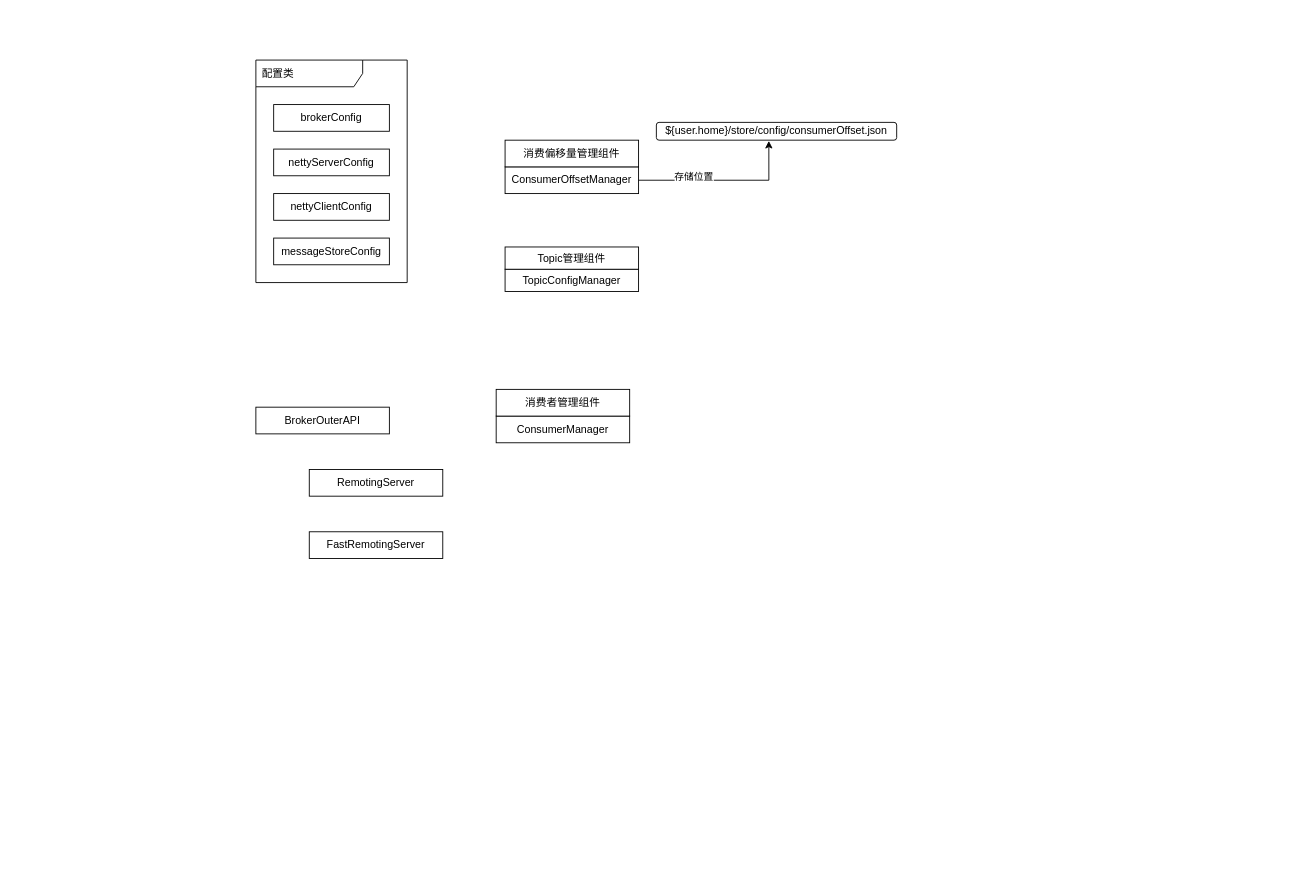
The draw.io diagram page "Broker架构" (5 of 5) of 未命名绘图.drawio in plx927/Java-Core-learning, before the edit. Source tidied: cells renumbered, new cells numbered last; positions are measured from the earlier drawing's top-left corner, leaving out a move shared by most shapes. Both pictures are drawn from the tidied source at 89%, with x=0, y=0 at pixel (255, 60).
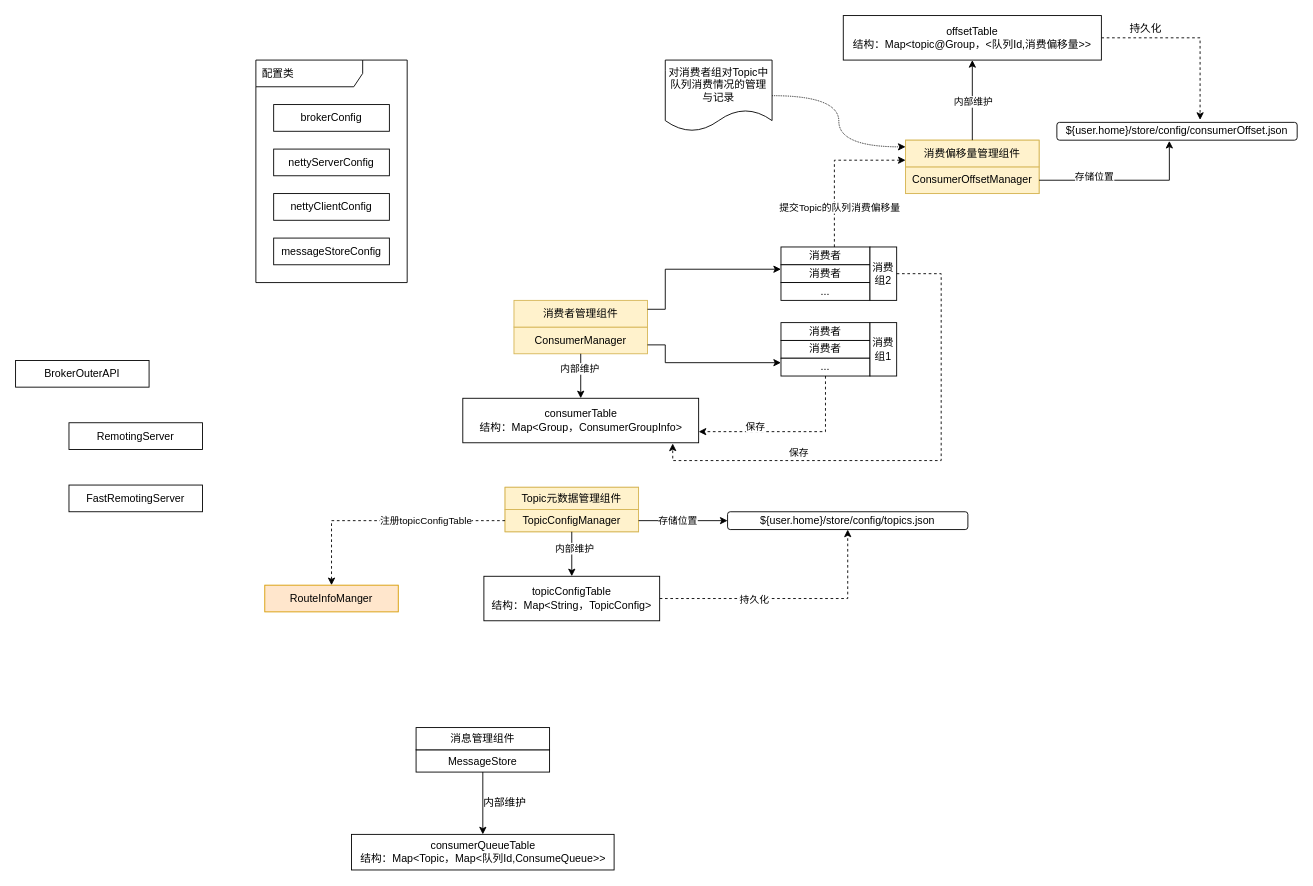
The same page after the edit.

Commit message:
更新未命名绘图.drawio

Change to the diagram source:
```diff
@@
     <mxCell id="7" value="RemotingServer" style="rounded=0;whiteSpace=wrap;html=1;" parent="1" vertex="1">
-      <mxGeometry x="60" y="460" width="150" height="30" as="geometry" />
+      <mxGeometry x="-210" y="407.5" width="150" height="30" as="geometry" />
     </mxCell>
     <mxCell id="8" value="FastRemotingServer" style="rounded=0;whiteSpace=wrap;html=1;" parent="1" vertex="1">
-      <mxGeometry x="60" y="530" width="150" height="30" as="geometry" />
+      <mxGeometry x="-210" y="477.5" width="150" height="30" as="geometry" />
     </mxCell>
     <mxCell id="9" value="BrokerOuterAPI" style="rounded=0;whiteSpace=wrap;html=1;" parent="1" vertex="1">
-      <mxGeometry y="390" width="150" height="30" as="geometry" />
+      <mxGeometry x="-270" y="337.5" width="150" height="30" as="geometry" />
     </mxCell>
-    <mxCell id="10" style="group;" parent="1" vertex="1">
-      <mxGeometry x="280" y="90" width="150" height="60" as="geometry" />
+    <mxCell id="10" style="group;fillColor=#fff2cc;strokeColor=#d6b656;" parent="1" vertex="1">
+      <mxGeometry x="730" y="90" width="150" height="60" as="geometry" />
     </mxCell>
-    <mxCell id="11" value="ConsumerOffsetManager" style="rounded=0;whiteSpace=wrap;html=1;" parent="10" vertex="1">
+    <mxCell id="11" value="ConsumerOffsetManager" style="rounded=0;whiteSpace=wrap;html=1;fillColor=#fff2cc;strokeColor=#d6b656;" parent="10" vertex="1">
       <mxGeometry y="30" width="150" height="30" as="geometry" />
     </mxCell>
-    <mxCell id="12" value="消费偏移量管理组件" style="rounded=0;whiteSpace=wrap;html=1;" parent="10" vertex="1">
+    <mxCell id="12" value="消费偏移量管理组件" style="rounded=0;whiteSpace=wrap;html=1;fillColor=#fff2cc;strokeColor=#d6b656;" parent="10" vertex="1">
       <mxGeometry width="150" height="30" as="geometry" />
     </mxCell>
     <mxCell id="13" value="&lt;div class=&quot;lake-content&quot;&gt;&lt;span class=&quot;ne-text&quot;&gt;${user.home}/store/config/consumerOffset.json&lt;/span&gt;&lt;/div&gt;" style="rounded=1;whiteSpace=wrap;html=1;" parent="1" vertex="1">
-      <mxGeometry x="450" y="70" width="270" height="20" as="geometry" />
+      <mxGeometry x="900" y="70" width="270" height="20" as="geometry" />
     </mxCell>
     <mxCell id="14" style="edgeStyle=orthogonalEdgeStyle;rounded=0;jettySize=auto;html=1;entryX=0.468;entryY=1.04;entryDx=0;entryDy=0;entryPerimeter=0;" parent="1" edge="1" source="11" target="13">
       <mxGeometry relative="1" as="geometry">
         <Array as="points">
-          <mxPoint x="576" y="135" />
+          <mxPoint x="1026" y="135" />
         </Array>
       </mxGeometry>
     </mxCell>
@@
-    <mxCell id="16" style="group;" parent="1" vertex="1">
-      <mxGeometry x="280" y="210" width="150" height="50" as="geometry" />
+    <mxCell id="16" style="group;fillColor=#fff2cc;strokeColor=#d6b656;" parent="1" vertex="1">
+      <mxGeometry x="280" y="480" width="150" height="50" as="geometry" />
     </mxCell>
-    <mxCell id="17" value="TopicConfigManager" style="rounded=0;whiteSpace=wrap;html=1;" parent="16" vertex="1">
+    <mxCell id="17" value="TopicConfigManager" style="rounded=0;whiteSpace=wrap;html=1;fillColor=#fff2cc;strokeColor=#d6b656;" parent="16" vertex="1">
       <mxGeometry y="25" width="150" height="25" as="geometry" />
     </mxCell>
-    <mxCell id="18" value="Topic管理组件" style="rounded=0;whiteSpace=wrap;html=1;" parent="16" vertex="1">
+    <mxCell id="18" value="Topic元数据管理组件" style="rounded=0;whiteSpace=wrap;html=1;fillColor=#fff2cc;strokeColor=#d6b656;" parent="16" vertex="1">
       <mxGeometry width="150" height="25" as="geometry" />
     </mxCell>
     <mxCell id="19" style="group;" parent="1" vertex="1">
-      <mxGeometry x="270" y="370" width="150" height="60" as="geometry" />
+      <mxGeometry x="290" y="270" width="150" height="60" as="geometry" />
     </mxCell>
-    <mxCell id="20" value="ConsumerManager" style="rounded=0;whiteSpace=wrap;html=1;" parent="19" vertex="1">
+    <mxCell id="20" value="ConsumerManager" style="rounded=0;whiteSpace=wrap;html=1;fillColor=#fff2cc;strokeColor=#d6b656;" parent="19" vertex="1">
       <mxGeometry y="30" width="150" height="30" as="geometry" />
     </mxCell>
-    <mxCell id="21" value="消费者管理组件" style="rounded=0;whiteSpace=wrap;html=1;" parent="19" vertex="1">
+    <mxCell id="21" value="消费者管理组件" style="rounded=0;whiteSpace=wrap;html=1;fillColor=#fff2cc;strokeColor=#d6b656;" parent="19" vertex="1">
       <mxGeometry width="150" height="30" as="geometry" />
     </mxCell>
+    <mxCell id="22" style="group;" parent="1" vertex="1">
+      <mxGeometry x="590" y="295" width="130" height="60" as="geometry" />
+    </mxCell>
+    <mxCell id="23" value="消费者" style="rounded=0;whiteSpace=wrap;html=1;" parent="22" vertex="1">
+      <mxGeometry width="100" height="20" as="geometry" />
+    </mxCell>
+    <mxCell id="24" value="消费者" style="rounded=0;whiteSpace=wrap;html=1;" parent="22" vertex="1">
+      <mxGeometry y="20" width="100" height="20" as="geometry" />
+    </mxCell>
+    <mxCell id="25" value="..." style="rounded=0;whiteSpace=wrap;html=1;" parent="22" vertex="1">
+      <mxGeometry y="40" width="100" height="20" as="geometry" />
+    </mxCell>
+    <mxCell id="26" value="消费组1" style="rounded=0;whiteSpace=wrap;html=1;" parent="22" vertex="1">
+      <mxGeometry x="100" width="30" height="60" as="geometry" />
+    </mxCell>
+    <mxCell id="27" style="group;" parent="1" vertex="1">
+      <mxGeometry x="590" y="210" width="130" height="60" as="geometry" />
+    </mxCell>
+    <mxCell id="28" value="消费者" style="rounded=0;whiteSpace=wrap;html=1;" parent="27" vertex="1">
+      <mxGeometry width="100" height="20" as="geometry" />
+    </mxCell>
+    <mxCell id="29" value="消费者" style="rounded=0;whiteSpace=wrap;html=1;" parent="27" vertex="1">
+      <mxGeometry y="20" width="100" height="20" as="geometry" />
+    </mxCell>
+    <mxCell id="30" value="..." style="rounded=0;whiteSpace=wrap;html=1;" parent="27" vertex="1">
+      <mxGeometry y="40" width="100" height="20" as="geometry" />
+    </mxCell>
+    <mxCell id="31" value="消费组2" style="rounded=0;whiteSpace=wrap;html=1;" parent="27" vertex="1">
+      <mxGeometry x="100" width="30" height="60" as="geometry" />
+    </mxCell>
+    <mxCell id="32" style="edgeStyle=orthogonalEdgeStyle;rounded=0;jettySize=auto;html=1;entryX=0;entryY=0.25;entryDx=0;entryDy=0;" parent="1" edge="1" source="21" target="29">
+      <mxGeometry relative="1" as="geometry">
+        <Array as="points">
+          <mxPoint x="460" y="280" />
+          <mxPoint x="460" y="235" />
+        </Array>
+      </mxGeometry>
+    </mxCell>
+    <mxCell id="33" style="edgeStyle=orthogonalEdgeStyle;rounded=0;jettySize=auto;html=1;entryX=0;entryY=0.25;entryDx=0;entryDy=0;" parent="1" edge="1" source="20" target="25">
+      <mxGeometry relative="1" as="geometry">
+        <Array as="points">
+          <mxPoint x="460" y="320" />
+          <mxPoint x="460" y="340" />
+        </Array>
+      </mxGeometry>
+    </mxCell>
+    <mxCell id="34" value="consumerTable&lt;br&gt;结构：Map&amp;lt;Group，ConsumerGroupInfo&amp;gt;" style="rounded=0;whiteSpace=wrap;html=1;" parent="1" vertex="1">
+      <mxGeometry x="232.5" y="380" width="265" height="50" as="geometry" />
+    </mxCell>
+    <mxCell id="35" style="edgeStyle=orthogonalEdgeStyle;rounded=0;jettySize=auto;html=1;" parent="1" edge="1" source="20" target="34">
+      <mxGeometry relative="1" as="geometry" />
+    </mxCell>
+    <mxCell id="36" value="内部维护" style="edgeLabel;html=1;align=center;verticalAlign=middle;" parent="35" vertex="1">
+      <mxGeometry x="-0.34" y="-2" relative="1" as="geometry" />
+    </mxCell>
+    <mxCell id="37" style="edgeStyle=orthogonalEdgeStyle;rounded=0;jettySize=auto;html=1;entryX=1;entryY=0.75;entryDx=0;entryDy=0;dashed=1;" parent="1" edge="1" source="25" target="34">
+      <mxGeometry relative="1" as="geometry">
+        <Array as="points">
+          <mxPoint x="640" y="418" />
+        </Array>
+      </mxGeometry>
+    </mxCell>
+    <mxCell id="38" style="edgeStyle=orthogonalEdgeStyle;rounded=0;jettySize=auto;html=1;entryX=0.89;entryY=1.016;entryDx=0;entryDy=0;entryPerimeter=0;dashed=1;" parent="1" edge="1" source="31" target="34">
+      <mxGeometry relative="1" as="geometry">
+        <Array as="points">
+          <mxPoint x="770" y="240" />
+          <mxPoint x="770" y="450" />
+          <mxPoint x="468" y="450" />
+        </Array>
+      </mxGeometry>
+    </mxCell>
+    <mxCell id="39" value="保存" style="edgeLabel;html=1;align=center;verticalAlign=middle;" parent="38" vertex="1">
+      <mxGeometry x="0.25" y="2" relative="1" as="geometry">
+        <mxPoint x="-58" y="-12" as="offset" />
+      </mxGeometry>
+    </mxCell>
+    <mxCell id="40" value="保存" style="edgeLabel;html=1;align=center;verticalAlign=middle;" parent="38" vertex="1">
+      <mxGeometry x="-0.55" y="1" relative="1" as="geometry">
+        <mxPoint x="-211" y="90" as="offset" />
+      </mxGeometry>
+    </mxCell>
+    <mxCell id="41" style="group;" parent="1" vertex="1">
+      <mxGeometry x="180" y="750" width="150" height="50" as="geometry" />
+    </mxCell>
+    <mxCell id="42" value="MessageStore" style="rounded=0;whiteSpace=wrap;html=1;" parent="41" vertex="1">
+      <mxGeometry y="25" width="150" height="25" as="geometry" />
+    </mxCell>
+    <mxCell id="43" value="消息管理组件" style="rounded=0;whiteSpace=wrap;html=1;" parent="41" vertex="1">
+      <mxGeometry width="150" height="25" as="geometry" />
+    </mxCell>
+    <mxCell id="44" value="consumerQueueTable&lt;br&gt;结构：Map&amp;lt;Topic，Map&amp;lt;队列Id,ConsumeQueue&amp;gt;&amp;gt;" style="rounded=0;whiteSpace=wrap;html=1;" parent="1" vertex="1">
+      <mxGeometry x="107.5" y="870" width="295" height="40" as="geometry" />
+    </mxCell>
+    <mxCell id="45" style="edgeStyle=orthogonalEdgeStyle;rounded=0;jettySize=auto;html=1;entryX=0.5;entryY=0;entryDx=0;entryDy=0;" parent="1" edge="1" source="42" target="44">
+      <mxGeometry relative="1" as="geometry" />
+    </mxCell>
+    <mxCell id="46" value="内部维护" style="text;html=1;strokeColor=none;fillColor=none;align=center;verticalAlign=middle;whiteSpace=wrap;rounded=0;" parent="1" vertex="1">
+      <mxGeometry x="250" y="820" width="60" height="30" as="geometry" />
+    </mxCell>
+    <mxCell id="47" style="edgeStyle=orthogonalEdgeStyle;rounded=0;jettySize=auto;html=1;entryX=0;entryY=0.75;entryDx=0;entryDy=0;dashed=1;" parent="1" edge="1" source="28" target="12">
+      <mxGeometry relative="1" as="geometry">
+        <Array as="points">
+          <mxPoint x="650" y="113" />
+        </Array>
+      </mxGeometry>
+    </mxCell>
+    <mxCell id="48" value="提交Topic的队列消费偏移量" style="edgeLabel;html=1;align=center;verticalAlign=middle;" parent="47" vertex="1">
+      <mxGeometry x="-0.05" y="4" relative="1" as="geometry">
+        <mxPoint x="9" y="39" as="offset" />
+      </mxGeometry>
+    </mxCell>
+    <mxCell id="49" style="edgeStyle=orthogonalEdgeStyle;jettySize=auto;html=1;entryX=0.596;entryY=-0.14;entryDx=0;entryDy=0;entryPerimeter=0;dashed=1;rounded=0;" parent="1" edge="1" source="50" target="13">
+      <mxGeometry relative="1" as="geometry">
+        <Array as="points">
+          <mxPoint x="1061" y="-25" />
+        </Array>
+      </mxGeometry>
+    </mxCell>
+    <mxCell id="50" value="offsetTable&lt;br&gt;结构：Map&amp;lt;topic@Group，&amp;lt;队列Id,消费偏移量&amp;gt;&amp;gt;" style="rounded=0;whiteSpace=wrap;html=1;" parent="1" vertex="1">
+      <mxGeometry x="660" y="-50" width="290" height="50" as="geometry" />
+    </mxCell>
+    <mxCell id="51" style="edgeStyle=orthogonalEdgeStyle;rounded=0;jettySize=auto;html=1;entryX=0.5;entryY=1;entryDx=0;entryDy=0;" parent="1" edge="1" source="12" target="50">
+      <mxGeometry relative="1" as="geometry" />
+    </mxCell>
+    <mxCell id="52" value="内部维护" style="edgeLabel;html=1;align=center;verticalAlign=middle;" parent="1" vertex="1">
+      <mxGeometry x="402.5" y="415" as="geometry">
+        <mxPoint x="403" y="-369" as="offset" />
+      </mxGeometry>
+    </mxCell>
+    <mxCell id="53" style="edgeStyle=orthogonalEdgeStyle;curved=1;jettySize=auto;html=1;entryX=0;entryY=0.25;entryDx=0;entryDy=0;dashed=1;dashPattern=1 1;" parent="1" edge="1" source="54" target="12">
+      <mxGeometry relative="1" as="geometry" />
+    </mxCell>
+    <mxCell id="54" value="对消费者组对Topic中队列消费情况的管理与记录" style="shape=document;whiteSpace=wrap;html=1;boundedLbl=1;" parent="1" vertex="1">
+      <mxGeometry x="460" width="120" height="80" as="geometry" />
+    </mxCell>
+    <mxCell id="55" value="持久化" style="text;html=1;strokeColor=none;fillColor=none;align=center;verticalAlign=middle;whiteSpace=wrap;rounded=0;" parent="1" vertex="1">
+      <mxGeometry x="970" y="-50" width="60" height="30" as="geometry" />
+    </mxCell>
+    <mxCell id="56" style="edgeStyle=orthogonalEdgeStyle;rounded=0;jettySize=auto;html=1;entryX=0.5;entryY=1;entryDx=0;entryDy=0;dashed=1;" parent="1" edge="1" source="58" target="61">
+      <mxGeometry relative="1" as="geometry" />
+    </mxCell>
+    <mxCell id="57" value="持久化" style="edgeLabel;html=1;align=center;verticalAlign=middle;" parent="56" vertex="1">
+      <mxGeometry x="-0.43" y="-5" relative="1" as="geometry">
+        <mxPoint x="24" y="-5" as="offset" />
+      </mxGeometry>
+    </mxCell>
+    <mxCell id="58" value="topicConfigTable&lt;br&gt;结构：Map&amp;lt;String，TopicConfig&amp;gt;" style="rounded=0;whiteSpace=wrap;html=1;" parent="1" vertex="1">
+      <mxGeometry x="256.2" y="580" width="197.5" height="50" as="geometry" />
+    </mxCell>
+    <mxCell id="59" style="edgeStyle=orthogonalEdgeStyle;rounded=0;jettySize=auto;html=1;entryX=0.5;entryY=0;entryDx=0;entryDy=0;" parent="1" edge="1" source="17" target="58">
+      <mxGeometry relative="1" as="geometry" />
+    </mxCell>
+    <mxCell id="60" value="内部维护" style="edgeLabel;html=1;align=center;verticalAlign=middle;" parent="1" vertex="1">
+      <mxGeometry x="365" y="330" as="geometry">
+        <mxPoint x="-8" y="218" as="offset" />
+      </mxGeometry>
+    </mxCell>
+    <mxCell id="61" value="&lt;div class=&quot;lake-content&quot;&gt;&lt;span class=&quot;ne-text&quot;&gt;${user.home}/store/config/topics.json&lt;/span&gt;&lt;/div&gt;" style="rounded=1;whiteSpace=wrap;html=1;" parent="1" vertex="1">
+      <mxGeometry x="530" y="507.5" width="270" height="20" as="geometry" />
+    </mxCell>
+    <mxCell id="62" style="edgeStyle=orthogonalEdgeStyle;rounded=0;jettySize=auto;html=1;" parent="1" edge="1" source="17" target="61">
+      <mxGeometry relative="1" as="geometry" />
+    </mxCell>
+    <mxCell id="63" value="存储位置" style="edgeLabel;html=1;align=center;verticalAlign=middle;" parent="1" vertex="1">
+      <mxGeometry x="600" y="320" as="geometry">
+        <mxPoint x="-127" y="197" as="offset" />
+      </mxGeometry>
+    </mxCell>
+    <mxCell id="64" value="RouteInfoManger" style="rounded=0;whiteSpace=wrap;html=1;fillColor=#ffe6cc;strokeColor=#d79b00;" parent="1" vertex="1">
+      <mxGeometry x="10" y="590" width="150" height="30" as="geometry" />
+    </mxCell>
+    <mxCell id="65" style="edgeStyle=orthogonalEdgeStyle;rounded=0;jettySize=auto;html=1;entryX=0.5;entryY=0;entryDx=0;entryDy=0;dashed=1;" parent="1" edge="1" source="17" target="64">
+      <mxGeometry relative="1" as="geometry" />
+    </mxCell>
+    <mxCell id="66" value="注册topicConfigTable" style="edgeLabel;html=1;align=center;verticalAlign=middle;" parent="65" vertex="1">
+      <mxGeometry x="0.62" y="4" relative="1" as="geometry">
+        <mxPoint x="101" y="-22" as="offset" />
+      </mxGeometry>
+    </mxCell>
```
